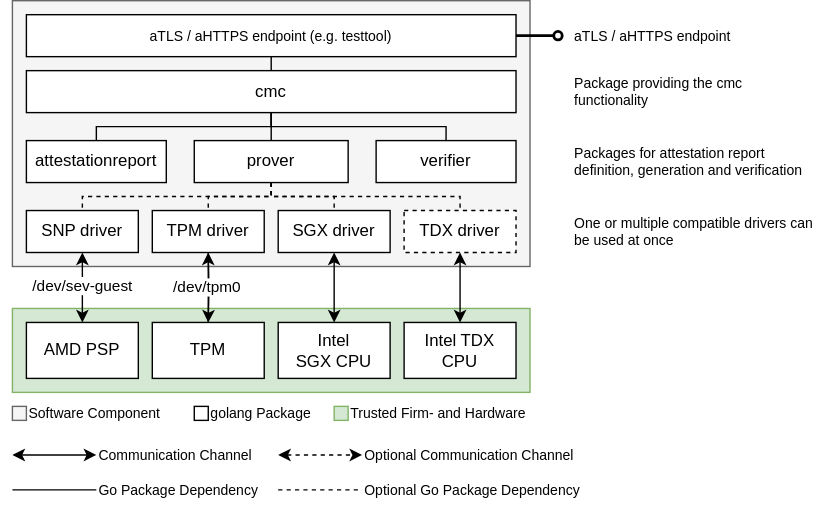
This is doc/diagrams/architecture-minimal.drawio.svg from Fraunhofer-AISEC/cmc, a draw.io export, as it was before one commit. Source tidied: cells renumbered, new cells last; positions are measured from the earlier drawing's top-left corner, leaving out a move shared by most shapes. Source of this version:
```xml
<mxGraphModel>
  <root>
    <mxCell id="0" />
    <mxCell id="1" parent="0" />
    <mxCell id="2" style="rounded=0;whiteSpace=wrap;html=1;fontSize=10;fillColor=#d5e8d4;strokeColor=#82b366;" parent="1" vertex="1">
      <mxGeometry y="220" width="370" height="60" as="geometry" />
    </mxCell>
    <mxCell id="3" style="rounded=0;whiteSpace=wrap;html=1;fontSize=10;fillColor=#f5f5f5;fontColor=#333333;strokeColor=#666666;" parent="1" vertex="1">
      <mxGeometry width="370" height="190" as="geometry" />
    </mxCell>
    <mxCell id="4" style="edgeStyle=orthogonalEdgeStyle;rounded=0;jettySize=auto;html=1;exitX=0.5;exitY=1;exitDx=0;exitDy=0;entryX=0.5;entryY=0;entryDx=0;entryDy=0;labelBackgroundColor=#FFFFFF;fontSize=10;startArrow=classic;startFill=1;" parent="1" edge="1" source="30" target="14">
      <mxGeometry relative="1" as="geometry" />
    </mxCell>
    <mxCell id="5" value="/dev/sev-guest" style="edgeLabel;html=1;align=center;verticalAlign=middle;" parent="4" vertex="1">
      <mxGeometry x="-0.04" relative="1" as="geometry" />
    </mxCell>
    <mxCell id="6" style="edgeStyle=orthogonalEdgeStyle;rounded=0;jettySize=auto;html=1;exitX=0.5;exitY=1;exitDx=0;exitDy=0;entryX=0.5;entryY=0;entryDx=0;entryDy=0;" parent="1" edge="1" target="24">
      <mxGeometry relative="1" as="geometry">
        <mxPoint x="140" y="180" as="sourcePoint" />
      </mxGeometry>
    </mxCell>
    <mxCell id="7" value="One or multiple compatible drivers can be used at once" style="text;html=1;strokeColor=none;fillColor=none;align=left;verticalAlign=middle;whiteSpace=wrap;rounded=0;fontSize=10;" parent="1" vertex="1">
      <mxGeometry x="400" y="150" width="180" height="30" as="geometry" />
    </mxCell>
    <mxCell id="8" value="aTLS / aHTTPS endpoint (e.g. testtool)" style="rounded=0;whiteSpace=wrap;html=1;fontSize=10;" parent="1" vertex="1">
      <mxGeometry x="10" y="10" width="350" height="30" as="geometry" />
    </mxCell>
    <mxCell id="9" style="rounded=0;whiteSpace=wrap;html=1;fontSize=10;fillColor=#f5f5f5;fontColor=#333333;strokeColor=#666666;" parent="1" vertex="1">
      <mxGeometry y="290" width="10" height="10" as="geometry" />
    </mxCell>
    <mxCell id="10" value="Software Component" style="text;html=1;strokeColor=none;fillColor=none;align=left;verticalAlign=middle;whiteSpace=wrap;rounded=0;fontSize=10;" parent="1" vertex="1">
      <mxGeometry x="10" y="280" width="100" height="30" as="geometry" />
    </mxCell>
    <mxCell id="11" style="rounded=0;whiteSpace=wrap;html=1;fontSize=10;" parent="1" vertex="1">
      <mxGeometry x="130" y="290" width="10" height="10" as="geometry" />
    </mxCell>
    <mxCell id="12" value="golang Package" style="text;html=1;strokeColor=none;fillColor=none;align=left;verticalAlign=middle;whiteSpace=wrap;rounded=0;fontSize=10;" parent="1" vertex="1">
      <mxGeometry x="140" y="280" width="80" height="30" as="geometry" />
    </mxCell>
    <mxCell id="13" value="Intel TDX CPU" style="rounded=0;whiteSpace=wrap;html=1;" parent="1" vertex="1">
      <mxGeometry x="280" y="230" width="80" height="40" as="geometry" />
    </mxCell>
    <mxCell id="14" value="AMD PSP" style="rounded=0;whiteSpace=wrap;html=1;" parent="1" vertex="1">
      <mxGeometry x="10" y="230" width="80" height="40" as="geometry" />
    </mxCell>
    <mxCell id="15" style="rounded=0;whiteSpace=wrap;html=1;fontSize=10;fillColor=#d5e8d4;strokeColor=#82b366;" parent="1" vertex="1">
      <mxGeometry x="230" y="290" width="10" height="10" as="geometry" />
    </mxCell>
    <mxCell id="16" value="Trusted Firm- and Hardware" style="text;html=1;strokeColor=none;fillColor=none;align=left;verticalAlign=middle;whiteSpace=wrap;rounded=0;fontSize=10;" parent="1" vertex="1">
      <mxGeometry x="240" y="280" width="130" height="30" as="geometry" />
    </mxCell>
    <mxCell id="17" value="Package providing the cmc functionality" style="text;html=1;strokeColor=none;fillColor=none;align=left;verticalAlign=middle;whiteSpace=wrap;rounded=0;fontSize=10;" parent="1" vertex="1">
      <mxGeometry x="400" y="50" width="170" height="30" as="geometry" />
    </mxCell>
    <mxCell id="18" style="endArrow=classic;html=1;rounded=0;dashed=1;startArrow=classic;startFill=1;" parent="1" edge="1">
      <mxGeometry relative="1" as="geometry">
        <mxPoint x="190" y="324.7" as="sourcePoint" />
        <mxPoint x="250" y="324.7" as="targetPoint" />
      </mxGeometry>
    </mxCell>
    <mxCell id="19" value="Optional Communication Channel" style="text;html=1;strokeColor=none;fillColor=none;align=left;verticalAlign=middle;whiteSpace=wrap;rounded=0;fontSize=10;" parent="1" vertex="1">
      <mxGeometry x="250" y="310" width="160" height="30" as="geometry" />
    </mxCell>
    <mxCell id="20" style="endArrow=classic;html=1;rounded=0;startArrow=classic;startFill=1;" parent="1" edge="1">
      <mxGeometry relative="1" as="geometry">
        <mxPoint y="324.7" as="sourcePoint" />
        <mxPoint x="60" y="324.7" as="targetPoint" />
      </mxGeometry>
    </mxCell>
    <mxCell id="21" value="Communication Channel" style="text;html=1;strokeColor=none;fillColor=none;align=left;verticalAlign=middle;whiteSpace=wrap;rounded=0;fontSize=10;" parent="1" vertex="1">
      <mxGeometry x="60" y="310" width="120" height="30" as="geometry" />
    </mxCell>
    <mxCell id="22" style="edgeStyle=orthogonalEdgeStyle;rounded=0;jettySize=auto;html=1;exitX=0.5;exitY=0;exitDx=0;exitDy=0;entryX=0.5;entryY=1;entryDx=0;entryDy=0;" parent="1" edge="1" source="24" target="31">
      <mxGeometry relative="1" as="geometry" />
    </mxCell>
    <mxCell id="23" value="/dev/tpm0" style="edgeLabel;html=1;align=center;verticalAlign=middle;" parent="22" vertex="1">
      <mxGeometry y="1" relative="1" as="geometry" />
    </mxCell>
    <mxCell id="24" value="TPM" style="rounded=0;whiteSpace=wrap;html=1;" parent="1" vertex="1">
      <mxGeometry x="100" y="230" width="80" height="40" as="geometry" />
    </mxCell>
    <mxCell id="25" style="endArrow=classic;startArrow=classic;html=1;rounded=0;entryX=0.5;entryY=1;entryDx=0;entryDy=0;exitX=0.5;exitY=0;exitDx=0;exitDy=0;" parent="1" edge="1" source="13" target="32">
      <mxGeometry relative="1" as="geometry" />
    </mxCell>
    <mxCell id="26" value="Intel SGX&amp;nbsp;&lt;span style=&quot;background-color: initial;&quot;&gt;CPU&lt;/span&gt;" style="rounded=0;whiteSpace=wrap;html=1;" parent="1" vertex="1">
      <mxGeometry x="190" y="230" width="80" height="40" as="geometry" />
    </mxCell>
    <mxCell id="27" style="endArrow=classic;startArrow=classic;html=1;rounded=0;entryX=0.5;entryY=1;entryDx=0;entryDy=0;" parent="1" edge="1" source="26" target="35">
      <mxGeometry relative="1" as="geometry" />
    </mxCell>
    <mxCell id="28" style="edgeStyle=orthogonalEdgeStyle;rounded=0;jettySize=auto;html=1;exitX=0.5;exitY=1;exitDx=0;exitDy=0;entryX=0.5;entryY=0;entryDx=0;entryDy=0;dashed=1;endArrow=none;endFill=0;" parent="1" edge="1" source="34" target="31">
      <mxGeometry relative="1" as="geometry">
        <Array as="points">
          <mxPoint x="185" y="140" />
          <mxPoint x="140" y="140" />
        </Array>
      </mxGeometry>
    </mxCell>
    <mxCell id="29" style="edgeStyle=orthogonalEdgeStyle;rounded=0;jettySize=auto;html=1;exitX=0.5;exitY=1;exitDx=0;exitDy=0;entryX=0.5;entryY=0;entryDx=0;entryDy=0;dashed=1;endArrow=none;endFill=0;" parent="1" edge="1" source="34" target="32">
      <mxGeometry relative="1" as="geometry">
        <Array as="points">
          <mxPoint x="185" y="140" />
          <mxPoint x="320" y="140" />
        </Array>
      </mxGeometry>
    </mxCell>
    <mxCell id="30" value="SNP driver" style="rounded=0;whiteSpace=wrap;html=1;" parent="1" vertex="1">
      <mxGeometry x="10" y="150" width="80" height="30" as="geometry" />
    </mxCell>
    <mxCell id="31" value="TPM driver" style="rounded=0;whiteSpace=wrap;html=1;" parent="1" vertex="1">
      <mxGeometry x="100" y="150" width="80" height="30" as="geometry" />
    </mxCell>
    <mxCell id="32" value="TDX driver" style="rounded=0;whiteSpace=wrap;html=1;dashed=1;" parent="1" vertex="1">
      <mxGeometry x="280" y="150" width="80" height="30" as="geometry" />
    </mxCell>
    <mxCell id="33" style="edgeStyle=orthogonalEdgeStyle;rounded=0;jettySize=auto;html=1;exitX=0.5;exitY=1;exitDx=0;exitDy=0;fontSize=10;labelBackgroundColor=#F5F5F5;dashed=1;endArrow=none;endFill=0;" parent="1" edge="1" source="34" target="30">
      <mxGeometry x="-0.73" relative="1" as="geometry">
        <Array as="points">
          <mxPoint x="185" y="140" />
          <mxPoint x="50" y="140" />
        </Array>
      </mxGeometry>
    </mxCell>
    <mxCell id="34" value="prover" style="rounded=0;whiteSpace=wrap;html=1;" parent="1" vertex="1">
      <mxGeometry x="130" y="100" width="110" height="30" as="geometry" />
    </mxCell>
    <mxCell id="35" value="SGX driver" style="rounded=0;whiteSpace=wrap;html=1;" parent="1" vertex="1">
      <mxGeometry x="190" y="150" width="80" height="30" as="geometry" />
    </mxCell>
    <mxCell id="36" style="edgeStyle=orthogonalEdgeStyle;rounded=0;jettySize=auto;html=1;exitX=0.5;exitY=1;exitDx=0;exitDy=0;fontSize=10;labelBackgroundColor=#F5F5F5;dashed=1;entryX=0.5;entryY=0;entryDx=0;entryDy=0;endArrow=none;endFill=0;" parent="1" edge="1" source="34" target="35">
      <mxGeometry x="-0.73" relative="1" as="geometry">
        <Array as="points">
          <mxPoint x="185" y="140" />
          <mxPoint x="230" y="140" />
        </Array>
      </mxGeometry>
    </mxCell>
    <mxCell id="37" value="verifier" style="rounded=0;whiteSpace=wrap;html=1;" parent="1" vertex="1">
      <mxGeometry x="260" y="100" width="100" height="30" as="geometry" />
    </mxCell>
    <mxCell id="38" value="attestationreport" style="rounded=0;whiteSpace=wrap;html=1;" parent="1" vertex="1">
      <mxGeometry x="10" y="100" width="100" height="30" as="geometry" />
    </mxCell>
    <mxCell id="39" style="edgeStyle=orthogonalEdgeStyle;rounded=0;jettySize=auto;html=1;exitX=0.5;exitY=1;exitDx=0;exitDy=0;entryX=0.5;entryY=0;entryDx=0;entryDy=0;fontSize=10;startArrow=none;startFill=0;labelBackgroundColor=#F5F5F5;endArrow=none;endFill=0;" parent="1" edge="1" source="8" target="40">
      <mxGeometry relative="1" as="geometry" />
    </mxCell>
    <mxCell id="40" value="cmc" style="rounded=0;whiteSpace=wrap;html=1;" parent="1" vertex="1">
      <mxGeometry x="10" y="50" width="350" height="30" as="geometry" />
    </mxCell>
    <mxCell id="41" style="edgeStyle=orthogonalEdgeStyle;rounded=0;jettySize=auto;html=1;exitX=0.5;exitY=1;exitDx=0;exitDy=0;fontSize=10;labelBackgroundColor=#F5F5F5;endArrow=none;endFill=0;entryX=0.5;entryY=0;entryDx=0;entryDy=0;" parent="1" edge="1" source="40" target="38">
      <mxGeometry x="-0.73" relative="1" as="geometry">
        <Array as="points">
          <mxPoint x="185" y="90" />
          <mxPoint x="60" y="90" />
        </Array>
      </mxGeometry>
    </mxCell>
    <mxCell id="42" style="endArrow=none;html=1;rounded=0;exitX=0.5;exitY=1;exitDx=0;exitDy=0;entryX=0.5;entryY=0;entryDx=0;entryDy=0;" parent="1" edge="1" source="40" target="34">
      <mxGeometry relative="1" as="geometry" />
    </mxCell>
    <mxCell id="43" style="edgeStyle=orthogonalEdgeStyle;rounded=0;jettySize=auto;html=1;exitX=0.5;exitY=0;exitDx=0;exitDy=0;fontSize=10;labelBackgroundColor=#F5F5F5;endArrow=none;endFill=0;entryX=0.5;entryY=1;entryDx=0;entryDy=0;" parent="1" edge="1" source="37" target="40">
      <mxGeometry x="-0.73" relative="1" as="geometry">
        <Array as="points">
          <mxPoint x="310" y="90" />
          <mxPoint x="185" y="90" />
        </Array>
      </mxGeometry>
    </mxCell>
    <mxCell id="44" style="endArrow=none;html=1;rounded=0;dashed=1;endFill=0;" parent="1" edge="1">
      <mxGeometry relative="1" as="geometry">
        <mxPoint x="190" y="349.7" as="sourcePoint" />
        <mxPoint x="250" y="349.7" as="targetPoint" />
      </mxGeometry>
    </mxCell>
    <mxCell id="45" value="Optional Go Package Dependency" style="text;html=1;strokeColor=none;fillColor=none;align=left;verticalAlign=middle;whiteSpace=wrap;rounded=0;fontSize=10;" parent="1" vertex="1">
      <mxGeometry x="250" y="335" width="160" height="30" as="geometry" />
    </mxCell>
    <mxCell id="46" style="endArrow=none;html=1;rounded=0;endFill=0;" parent="1" edge="1">
      <mxGeometry relative="1" as="geometry">
        <mxPoint y="349.7" as="sourcePoint" />
        <mxPoint x="60" y="349.7" as="targetPoint" />
      </mxGeometry>
    </mxCell>
    <mxCell id="47" value="Go Package Dependency" style="text;html=1;strokeColor=none;fillColor=none;align=left;verticalAlign=middle;whiteSpace=wrap;rounded=0;fontSize=10;" parent="1" vertex="1">
      <mxGeometry x="60" y="335" width="120" height="30" as="geometry" />
    </mxCell>
    <mxCell id="48" value="Packages for attestation report definition, generation and verification" style="text;html=1;strokeColor=none;fillColor=none;align=left;verticalAlign=middle;whiteSpace=wrap;rounded=0;fontSize=10;" parent="1" vertex="1">
      <mxGeometry x="400" y="100" width="170" height="30" as="geometry" />
    </mxCell>
    <mxCell id="49" style="endArrow=none;html=1;rounded=0;entryX=1;entryY=0.5;entryDx=0;entryDy=0;startArrow=oval;startFill=0;strokeWidth=2;" parent="1" edge="1" target="8">
      <mxGeometry relative="1" as="geometry">
        <mxPoint x="390" y="25" as="sourcePoint" />
      </mxGeometry>
    </mxCell>
    <mxCell id="50" value="&lt;font style=&quot;font-size: 10px;&quot;&gt;aTLS / aHTTPS endpoint&lt;/font&gt;" style="text;html=1;align=left;verticalAlign=middle;whiteSpace=wrap;rounded=0;" parent="1" vertex="1">
      <mxGeometry x="400" y="10" width="130" height="30" as="geometry" />
    </mxCell>
  </root>
</mxGraphModel>
```
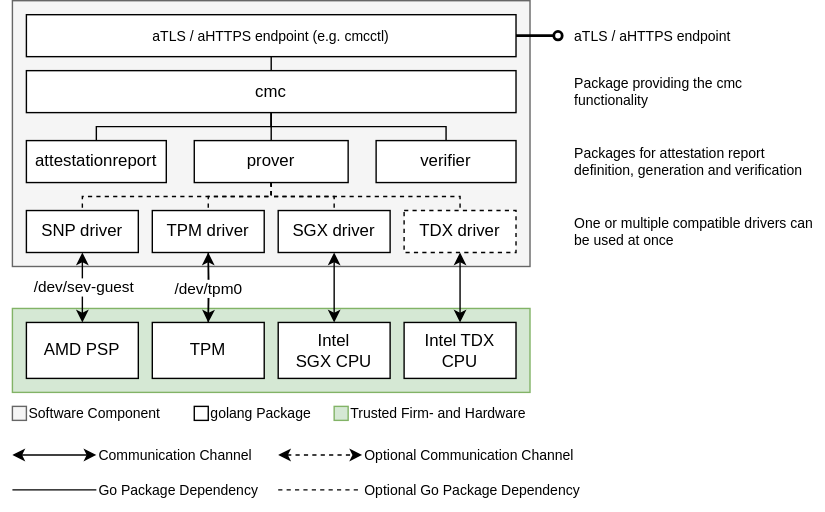
Later version of the same file.

The edit, as a diff of the source:
```diff
@@ -22,7 +22,7 @@
     <mxCell id="7" value="One or multiple compatible drivers can be used at once" style="text;html=1;strokeColor=none;fillColor=none;align=left;verticalAlign=middle;whiteSpace=wrap;rounded=0;fontSize=10;" parent="1" vertex="1">
       <mxGeometry x="400" y="150" width="180" height="30" as="geometry" />
     </mxCell>
-    <mxCell id="8" value="aTLS / aHTTPS endpoint (e.g. testtool)" style="rounded=0;whiteSpace=wrap;html=1;fontSize=10;" parent="1" vertex="1">
+    <mxCell id="8" value="aTLS / aHTTPS endpoint (e.g. cmcctl)" style="rounded=0;whiteSpace=wrap;html=1;fontSize=10;" parent="1" vertex="1">
       <mxGeometry x="10" y="10" width="350" height="30" as="geometry" />
     </mxCell>
     <mxCell id="9" style="rounded=0;whiteSpace=wrap;html=1;fontSize=10;fillColor=#f5f5f5;fontColor=#333333;strokeColor=#666666;" parent="1" vertex="1">
```
